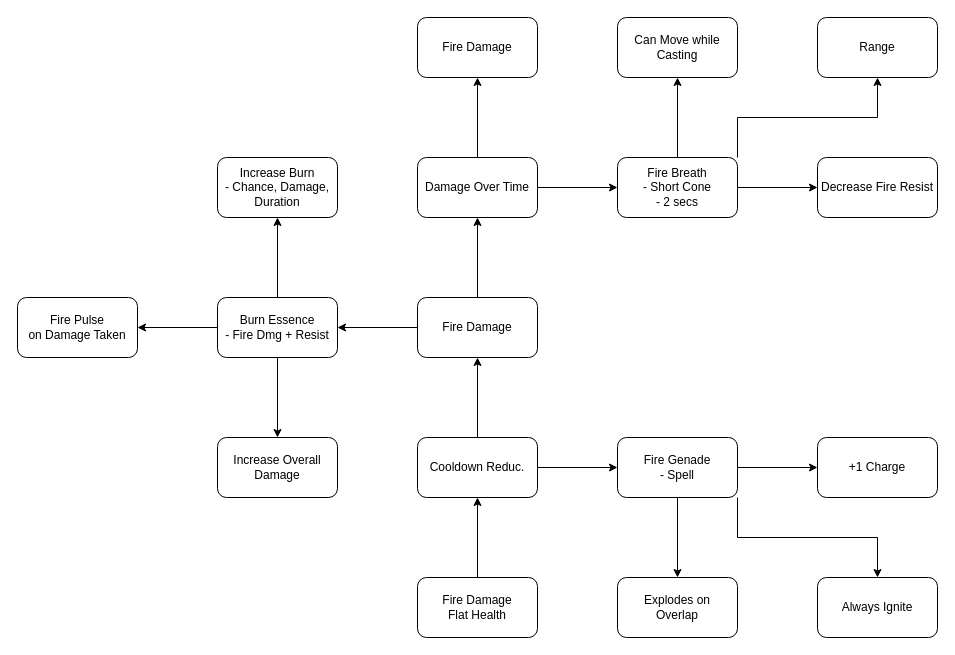
The draw.io diagram page "Pyro" (2 of 30) of Docs/SkillTree.drawio in LeVieuxSinge/RoguelikeGame, before the edit. Source tidied: cells renumbered, new cells numbered last; positions are measured from the earlier drawing's top-left corner, leaving out a move shared by most shapes. Both pictures are drawn from the tidied source at 100%, with x=0, y=0 at pixel (17, 17).
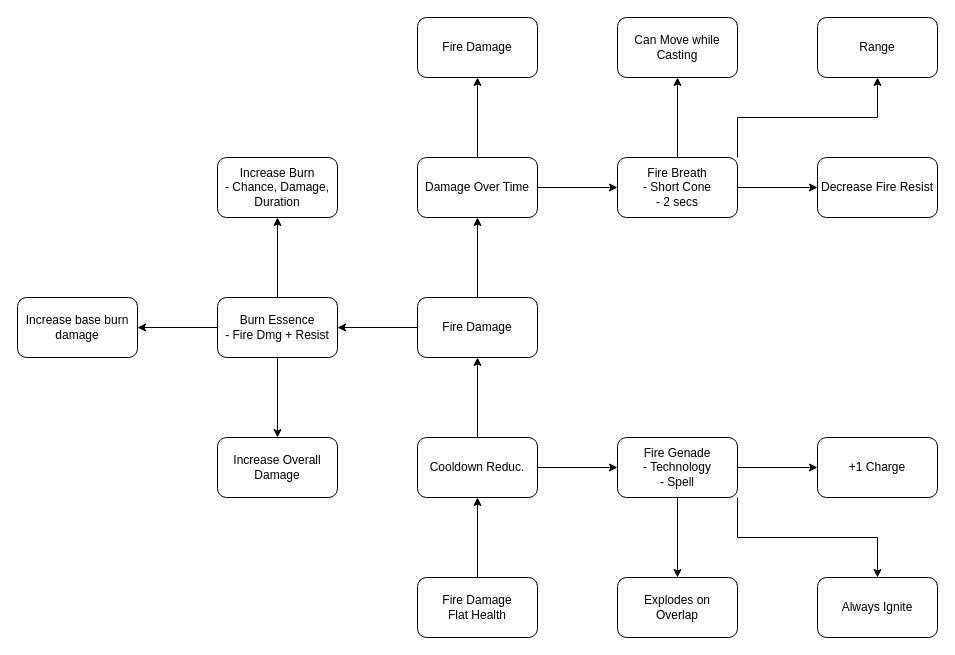
The same page after the edit.

What changed in the source:
```diff
@@
-    <mxCell id="13" value="Fire Genade&lt;br&gt;- Spell" style="rounded=1;whiteSpace=wrap;html=1;" parent="1" vertex="1">
+    <mxCell id="13" value="Fire Genade&lt;br&gt;- Technology&lt;br&gt;- Spell" style="rounded=1;whiteSpace=wrap;html=1;" parent="1" vertex="1">
       <mxGeometry x="600" y="420" width="120" height="60" as="geometry" />
     </mxCell>
@@
-    <mxCell id="30" value="Fire Pulse&lt;br&gt;on Damage Taken" style="rounded=1;whiteSpace=wrap;html=1;" parent="1" vertex="1">
+    <mxCell id="30" value="Increase base burn damage" style="rounded=1;whiteSpace=wrap;html=1;" parent="1" vertex="1">
       <mxGeometry y="280" width="120" height="60" as="geometry" />
     </mxCell>
```
